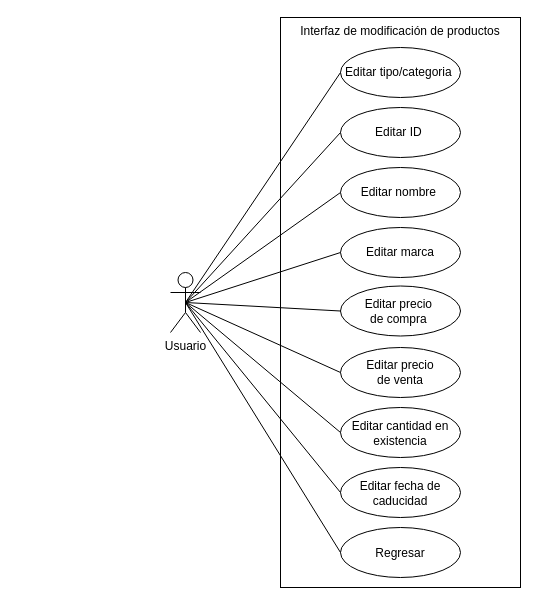
Above: modificar producto.drawio in Ovills/analisis (draw.io), before the change. Source tidied: cells renumbered, new cells numbered last; positions are measured from the earlier drawing's top-left corner, leaving out a move shared by most shapes. Both pictures are drawn from the tidied source at 100%, with x=0, y=0 at pixel (170, 17).
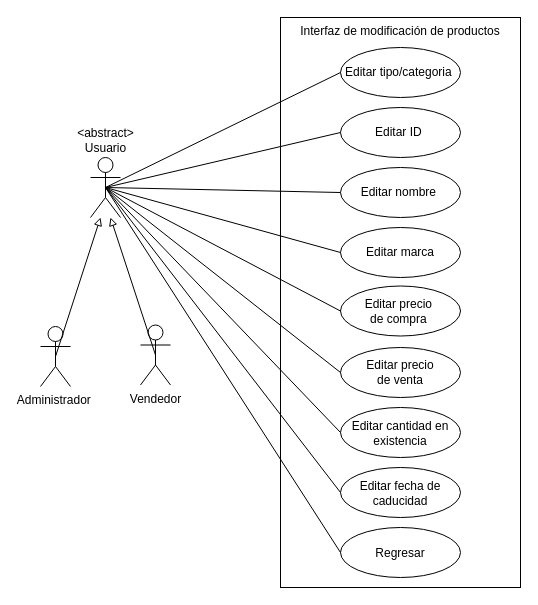
The same diagram, later.

The edit, as a diff of the source:
```diff
@@
-    <mxCell id="2" value="Usuario" style="shape=umlActor;verticalLabelPosition=bottom;verticalAlign=top;html=1;outlineConnect=0;fillColor=none;" parent="1" vertex="1">
-      <mxGeometry y="255" width="30" height="60" as="geometry" />
+    <mxCell id="2" value="&amp;lt;abstract&amp;gt;&lt;br&gt;Usuario" style="shape=umlActor;verticalLabelPosition=top;verticalAlign=bottom;html=1;outlineConnect=0;fillColor=none;labelPosition=center;align=center;" parent="1" vertex="1">
+      <mxGeometry x="-80" y="140" width="30" height="60" as="geometry" />
     </mxCell>
@@
+    <mxCell id="22" value="Administrador&amp;nbsp;" style="shape=umlActor;verticalLabelPosition=bottom;verticalAlign=top;html=1;outlineConnect=0;fillColor=none;" parent="1" vertex="1">
+      <mxGeometry x="-130" y="309" width="30" height="60" as="geometry" />
+    </mxCell>
+    <mxCell id="23" value="Vendedor" style="shape=umlActor;verticalLabelPosition=bottom;verticalAlign=top;html=1;outlineConnect=0;fillColor=none;" parent="1" vertex="1">
+      <mxGeometry x="-30" y="307.5" width="30" height="60" as="geometry" />
+    </mxCell>
+    <mxCell id="24" style="endArrow=block;html=1;rounded=0;exitX=0.5;exitY=0.5;exitDx=0;exitDy=0;exitPerimeter=0;endFill=0;" parent="1" edge="1" source="22">
+      <mxGeometry relative="1" as="geometry">
+        <mxPoint x="-70" y="200" as="targetPoint" />
+      </mxGeometry>
+    </mxCell>
+    <mxCell id="25" style="endArrow=block;html=1;rounded=0;exitX=0.5;exitY=0.5;exitDx=0;exitDy=0;exitPerimeter=0;endFill=0;" parent="1" edge="1" source="23">
+      <mxGeometry relative="1" as="geometry">
+        <mxPoint x="-60" y="200" as="targetPoint" />
+      </mxGeometry>
+    </mxCell>
```
